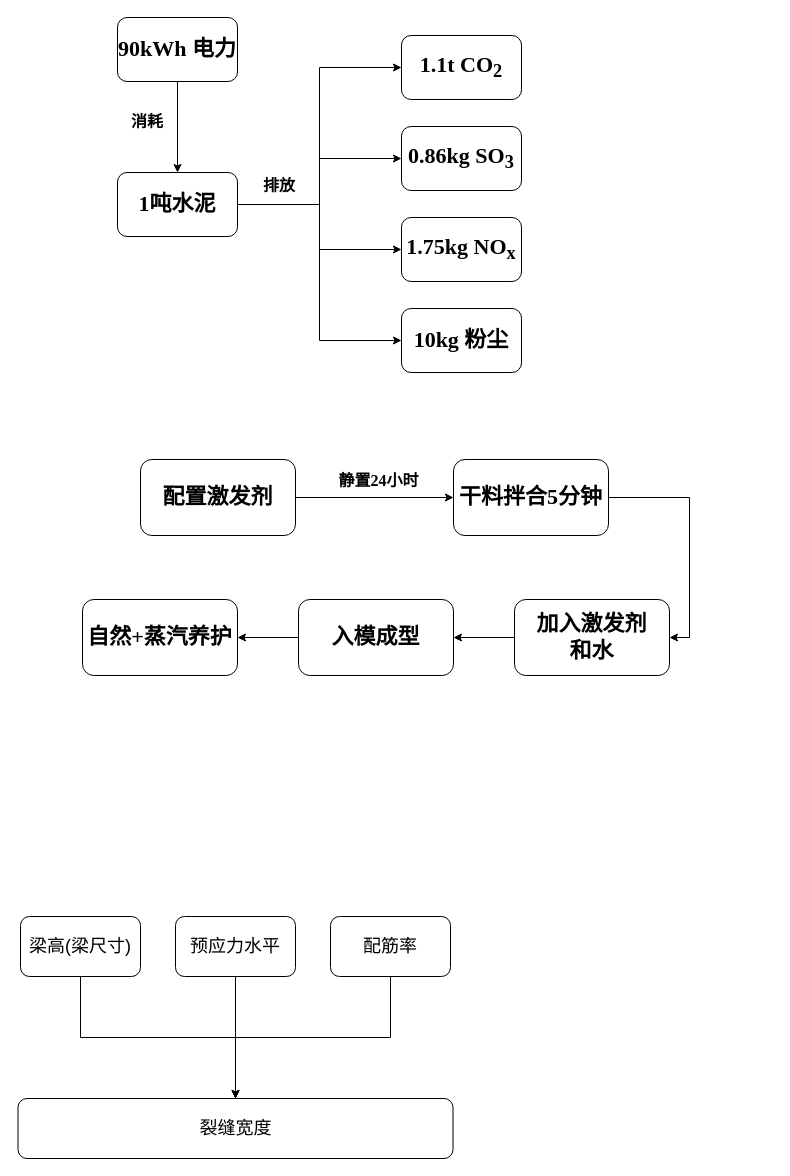
This is 碳排放.drawio from RK-JD/DrawIO, a draw.io file, before an edit. Source tidied: cells renumbered, new cells numbered last; positions are measured from the earlier drawing's top-left corner, leaving out a move shared by most shapes. Both pictures are drawn from the tidied source at 100%, with x=0, y=0 at pixel (17, 17).
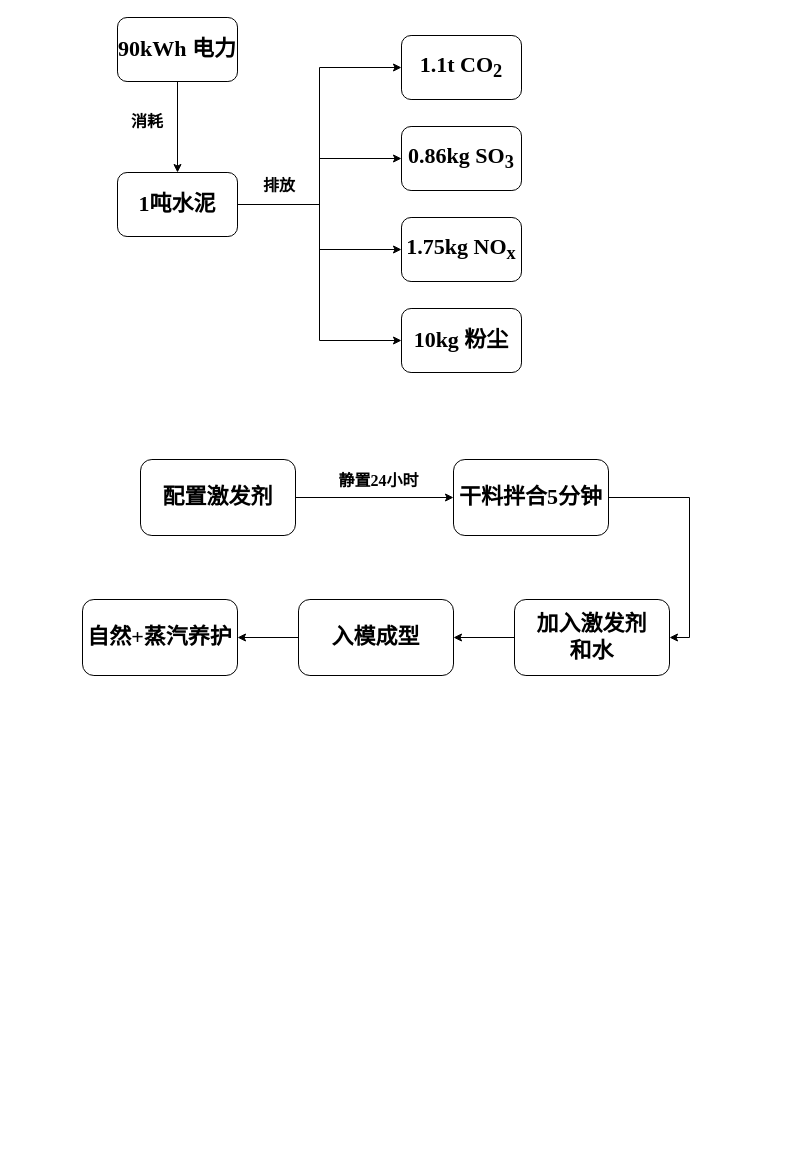
After the change.

Commit message:
更新碳排放.drawio

Diff of the diagram source:
```diff
@@
-    <mxCell id="28" style="edgeStyle=orthogonalEdgeStyle;rounded=0;jettySize=auto;html=1;exitX=0.5;exitY=1;exitDx=0;exitDy=0;" parent="1" edge="1" source="29" target="34">
-      <mxGeometry relative="1" as="geometry" />
-    </mxCell>
-    <mxCell id="29" value="&lt;font style=&quot;font-size: 18px;&quot;&gt;梁高(梁尺寸)&lt;/font&gt;" style="rounded=1;whiteSpace=wrap;html=1;" parent="1" vertex="1">
-      <mxGeometry x="3" y="899" width="120" height="60" as="geometry" />
-    </mxCell>
-    <mxCell id="30" style="edgeStyle=orthogonalEdgeStyle;rounded=0;jettySize=auto;html=1;exitX=0.5;exitY=1;exitDx=0;exitDy=0;entryX=0.5;entryY=0;entryDx=0;entryDy=0;" parent="1" edge="1" source="31" target="34">
-      <mxGeometry relative="1" as="geometry" />
-    </mxCell>
-    <mxCell id="31" value="&lt;span style=&quot;font-size: 18px;&quot;&gt;预应力水平&lt;/span&gt;" style="rounded=1;whiteSpace=wrap;html=1;" parent="1" vertex="1">
-      <mxGeometry x="158" y="899" width="120" height="60" as="geometry" />
-    </mxCell>
-    <mxCell id="32" style="edgeStyle=orthogonalEdgeStyle;rounded=0;jettySize=auto;html=1;exitX=0.5;exitY=1;exitDx=0;exitDy=0;" parent="1" edge="1" source="33" target="34">
-      <mxGeometry relative="1" as="geometry" />
-    </mxCell>
-    <mxCell id="33" value="&lt;font style=&quot;font-size: 18px;&quot;&gt;配筋率&lt;/font&gt;" style="rounded=1;whiteSpace=wrap;html=1;" parent="1" vertex="1">
-      <mxGeometry x="313" y="899" width="120" height="60" as="geometry" />
-    </mxCell>
-    <mxCell id="34" value="&lt;font style=&quot;font-size: 18px;&quot;&gt;裂缝宽度&lt;/font&gt;" style="rounded=1;whiteSpace=wrap;html=1;" parent="1" vertex="1">
-      <mxGeometry x="0.5" y="1081" width="435" height="60" as="geometry" />
-    </mxCell>
```
